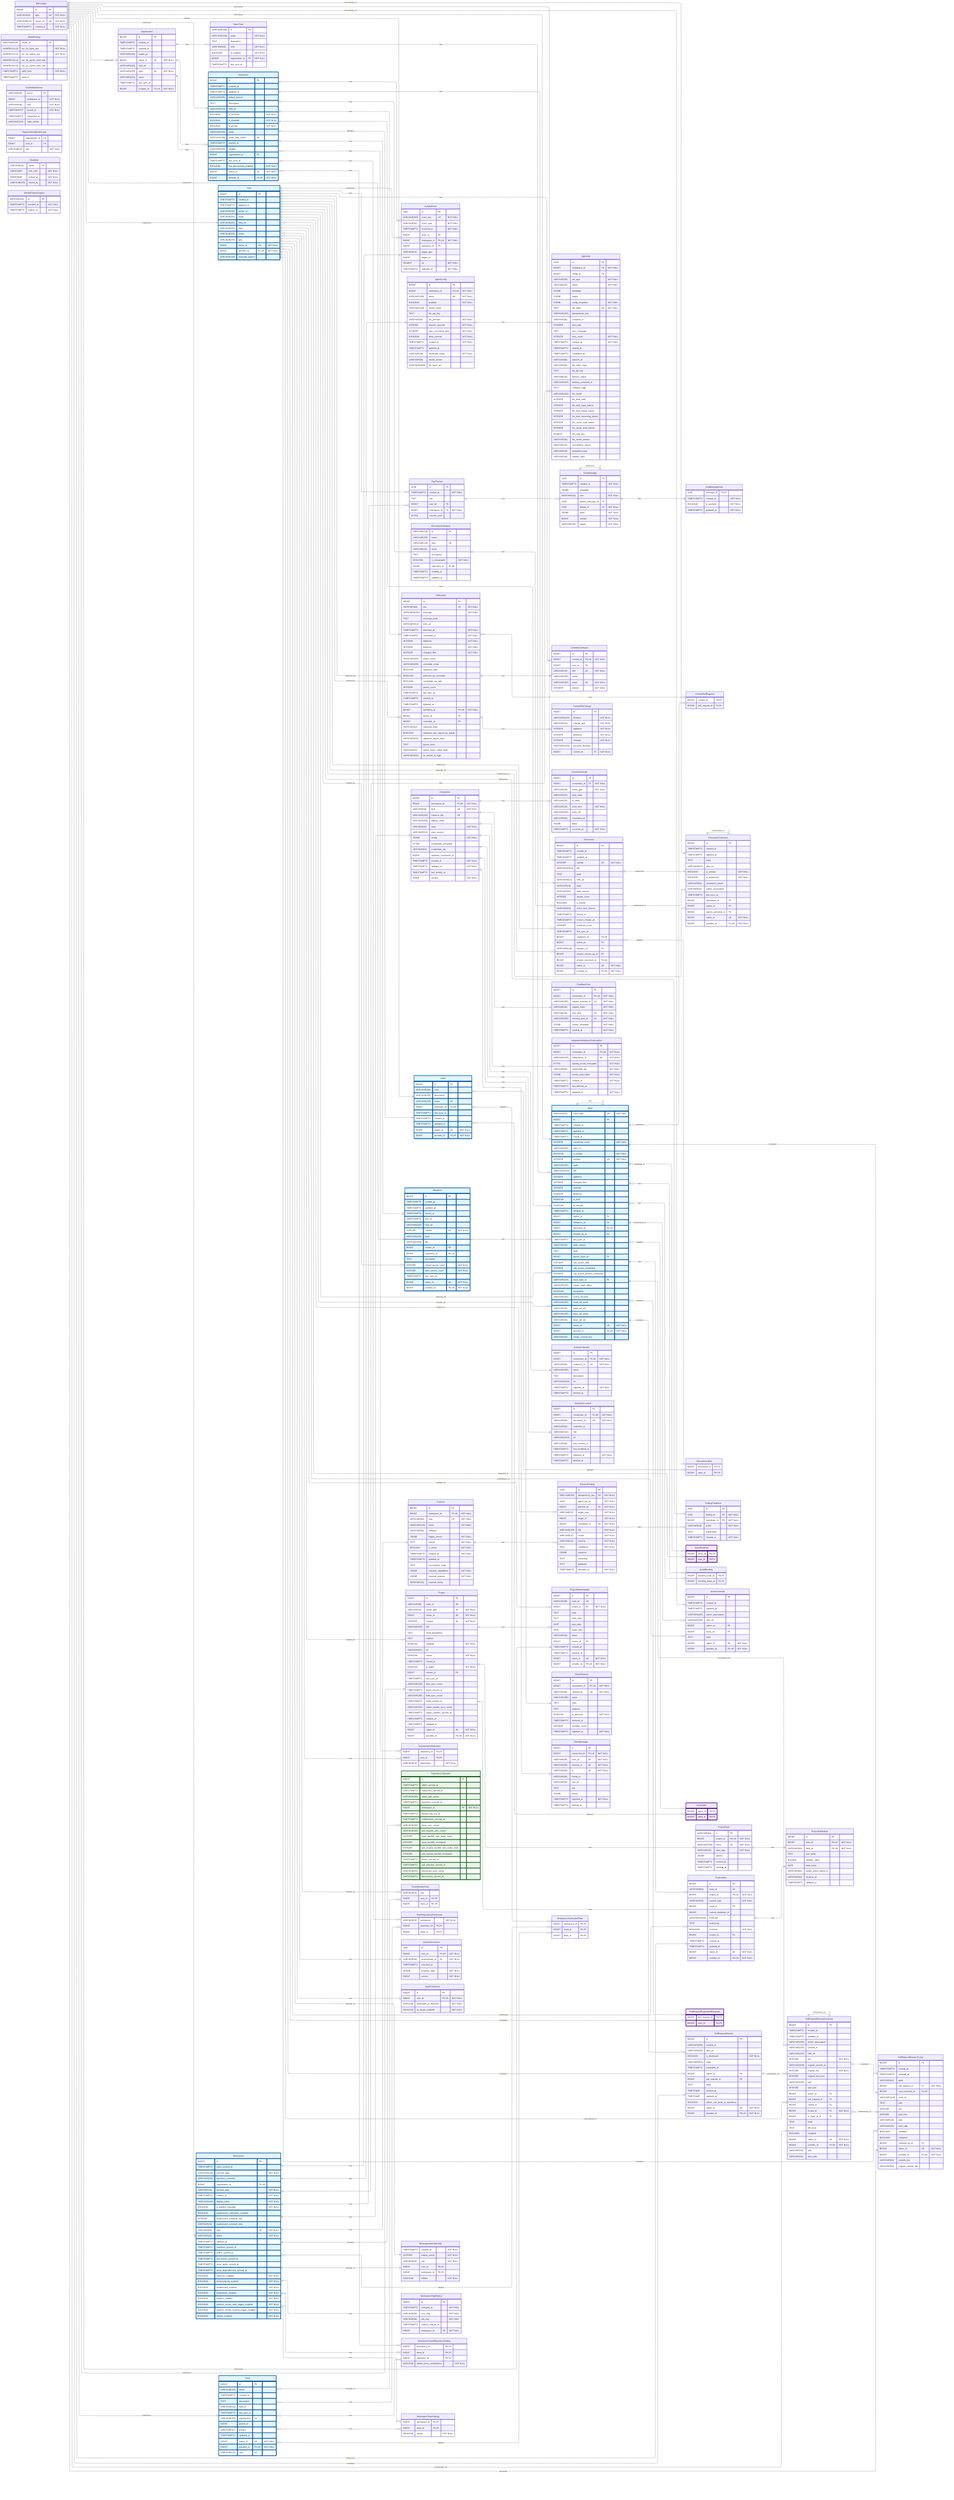
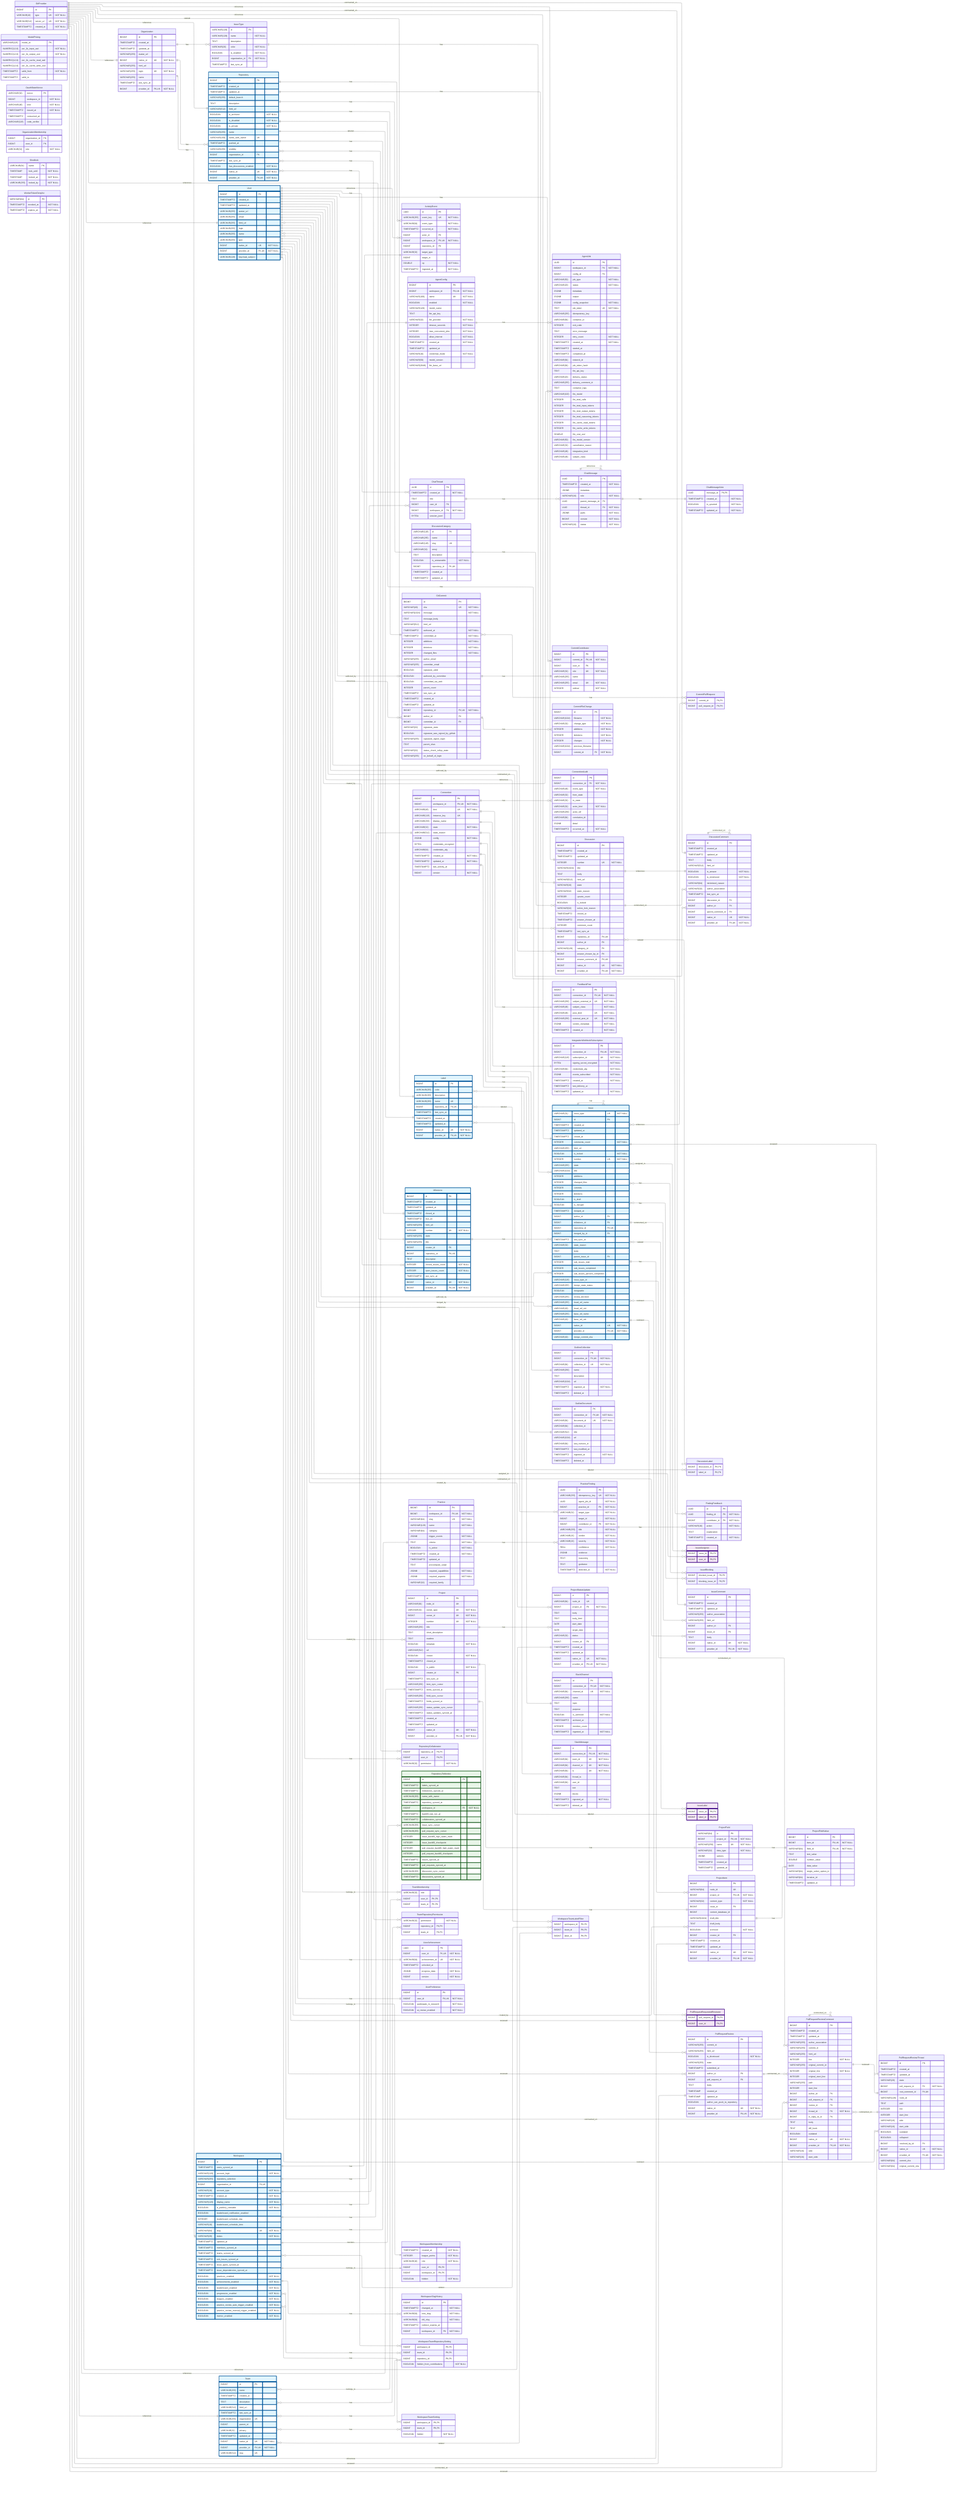
---
config:
    layout: elk
---
erDiagram
    %% Generated automatically from PostgreSQL database schema
    %% using scripts/generate-mermaid-erd.ts
    %% To regenerate: pnpm run db:generate-erd-docs

    direction LR

    ActivityEvent {
        UUID id PK
        VARCHAR(255) event_key UK "NOT NULL"
        VARCHAR(64) event_type "NOT NULL"
        TIMESTAMPTZ occurred_at "NOT NULL"
        BIGINT actor_id FK
        BIGINT workspace_id FK,UK "NOT NULL"
        BIGINT repository_id FK
        VARCHAR(32) target_type
        BIGINT target_id
        DOUBLE xp "NOT NULL"
        TIMESTAMPTZ ingested_at "NOT NULL"
    }

    AgentConfig {
        BIGINT id PK
        BIGINT workspace_id FK,UK "NOT NULL"
        VARCHAR(100) name UK "NOT NULL"
        BOOLEAN enabled "NOT NULL"
        VARCHAR(128) model_name
        TEXT llm_api_key
        VARCHAR(32) llm_provider "NOT NULL"
        INTEGER timeout_seconds "NOT NULL"
        INTEGER max_concurrent_jobs "NOT NULL"
        BOOLEAN allow_internet "NOT NULL"
        TIMESTAMPTZ created_at "NOT NULL"
        TIMESTAMPTZ updated_at
        VARCHAR(16) credential_mode "NOT NULL"
        VARCHAR(50) model_version
        VARCHAR(2048) llm_base_url
    }

    AgentJob {
        UUID id PK
        BIGINT workspace_id FK "NOT NULL"
        BIGINT config_id FK
        VARCHAR(50) job_type "NOT NULL"
        VARCHAR(20) status "NOT NULL"
        JSONB metadata
        JSONB output
        JSONB config_snapshot "NOT NULL"
        TEXT job_token UK "NOT NULL"
        VARCHAR(255) idempotency_key
        VARCHAR(64) container_id
        INTEGER exit_code
        TEXT error_message
        INTEGER retry_count "NOT NULL"
        TIMESTAMPTZ created_at "NOT NULL"
        TIMESTAMPTZ started_at
        TIMESTAMPTZ completed_at
        VARCHAR(64) network_id
        VARCHAR(64) job_token_hash
        TEXT llm_api_key
        VARCHAR(20) delivery_status
        VARCHAR(255) delivery_comment_id
        TEXT container_logs
        VARCHAR(100) llm_model
        INTEGER llm_total_calls
        INTEGER llm_total_input_tokens
        INTEGER llm_total_output_tokens
        INTEGER llm_total_reasoning_tokens
        INTEGER llm_cache_read_tokens
        INTEGER llm_cache_write_tokens
        DOUBLE llm_cost_usd
        VARCHAR(50) llm_model_version
        VARCHAR(32) cancellation_reason
        VARCHAR(48) integration_kind
        VARCHAR(48) subject_class
    }

    ChatMessage {
        UUID id PK
        TIMESTAMPTZ created_at "NOT NULL"
        JSONB metadata
        VARCHAR(16) role "NOT NULL"
        UUID parent_message_id FK
        UUID thread_id FK "NOT NULL"
        JSONB parts "NOT NULL"
        BIGINT version "NOT NULL"
        VARCHAR(16) status "NOT NULL"
    }

    ChatMessageVote {
        UUID message_id PK,FK
        TIMESTAMPTZ created_at "NOT NULL"
        BOOLEAN is_upvoted "NOT NULL"
        TIMESTAMPTZ updated_at "NOT NULL"
    }

    ChatThread {
        UUID id PK
        TIMESTAMPTZ created_at "NOT NULL"
        TEXT title
        BIGINT user_id FK
        BIGINT workspace_id FK "NOT NULL"
        BYTEA session_jsonl
    }

    CommitContributor {
        BIGINT id PK
        BIGINT commit_id FK,UK "NOT NULL"
        BIGINT user_id FK
        VARCHAR(32) role UK "NOT NULL"
        VARCHAR(255) name
        VARCHAR(255) email UK "NOT NULL"
        INTEGER ordinal "NOT NULL"
    }

    CommitFileChange {
        BIGINT id PK
        VARCHAR(1024) filename "NOT NULL"
        VARCHAR(32) change_type "NOT NULL"
        INTEGER additions "NOT NULL"
        INTEGER deletions "NOT NULL"
        INTEGER changes "NOT NULL"
        VARCHAR(1024) previous_filename
        BIGINT commit_id FK "NOT NULL"
    }

    CommitPullRequest {
        BIGINT commit_id PK,FK
        BIGINT pull_request_id PK,FK
    }

    Connection {
        BIGINT id PK
        BIGINT workspace_id FK,UK "NOT NULL"
        VARCHAR(48) kind UK "NOT NULL"
        VARCHAR(128) instance_key UK
        VARCHAR(256) display_name
        VARCHAR(32) state "NOT NULL"
        VARCHAR(512) state_reason
        JSONB config "NOT NULL"
        BYTEA credentials_encrypted
        VARCHAR(64) credentials_alg
-         BIGINT replaces_connection_id
        TIMESTAMPTZ created_at "NOT NULL"
        TIMESTAMPTZ updated_at "NOT NULL"
        TIMESTAMPTZ last_activity_at
        BIGINT version "NOT NULL"
    }

    ConnectionAudit {
        BIGINT id PK
        BIGINT connection_id FK "NOT NULL"
        VARCHAR(48) event_type "NOT NULL"
        VARCHAR(32) from_state
        VARCHAR(32) to_state
        VARCHAR(32) actor_kind "NOT NULL"
        VARCHAR(256) actor_ref
        VARCHAR(64) correlation_id
        JSONB detail
        TIMESTAMPTZ occurred_at "NOT NULL"
    }

    Discussion {
        BIGINT id PK
        TIMESTAMPTZ created_at
        TIMESTAMPTZ updated_at
        INTEGER number UK "NOT NULL"
        VARCHAR(1024) title
        TEXT body
        VARCHAR(512) html_url
        VARCHAR(16) state
        VARCHAR(32) state_reason
        INTEGER upvote_count
        BOOLEAN is_locked
        VARCHAR(32) active_lock_reason
        TIMESTAMPTZ closed_at
        TIMESTAMPTZ answer_chosen_at
        INTEGER comment_count
        TIMESTAMPTZ last_sync_at
        BIGINT repository_id FK,UK
        BIGINT author_id FK
        VARCHAR(128) category_id FK
        BIGINT answer_chosen_by_id FK
        BIGINT answer_comment_id FK,UK
        BIGINT native_id UK "NOT NULL"
        BIGINT provider_id FK,UK "NOT NULL"
    }

    DiscussionCategory {
        VARCHAR(128) id PK
        VARCHAR(255) name
        VARCHAR(128) slug UK
        VARCHAR(32) emoji
        TEXT description
        BOOLEAN is_answerable "NOT NULL"
        BIGINT repository_id FK,UK
        TIMESTAMPTZ created_at
        TIMESTAMPTZ updated_at
    }

    DiscussionComment {
        BIGINT id PK
        TIMESTAMPTZ created_at
        TIMESTAMPTZ updated_at
        TEXT body
        VARCHAR(512) html_url
        BOOLEAN is_answer "NOT NULL"
        BOOLEAN is_minimized "NOT NULL"
        VARCHAR(64) minimized_reason
        VARCHAR(32) author_association
        TIMESTAMPTZ last_sync_at
        BIGINT discussion_id FK
        BIGINT author_id FK
        BIGINT parent_comment_id FK
        BIGINT native_id UK "NOT NULL"
        BIGINT provider_id FK,UK "NOT NULL"
    }

    DiscussionLabel {
        BIGINT discussion_id PK,FK
        BIGINT label_id PK,FK
    }

    FeedbackPost {
        BIGINT id PK
        BIGINT connection_id FK,UK "NOT NULL"
        VARCHAR(256) subject_external_id UK "NOT NULL"
        VARCHAR(48) subject_class "NOT NULL"
        VARCHAR(48) post_kind UK "NOT NULL"
        VARCHAR(256) external_post_id UK "NOT NULL"
        JSONB vendor_metadata "NOT NULL"
        TIMESTAMPTZ created_at "NOT NULL"
    }

    FindingFeedback {
        UUID id PK
        UUID finding_id FK "NOT NULL"
        BIGINT contributor_id FK "NOT NULL"
        VARCHAR(16) action "NOT NULL"
        TEXT explanation
        TIMESTAMPTZ created_at "NOT NULL"
    }

    GitCommit {
        BIGINT id PK
        VARCHAR(40) sha UK "NOT NULL"
        VARCHAR(1024) message "NOT NULL"
        TEXT message_body
        VARCHAR(512) html_url
        TIMESTAMPTZ authored_at "NOT NULL"
        TIMESTAMPTZ committed_at "NOT NULL"
        INTEGER additions "NOT NULL"
        INTEGER deletions "NOT NULL"
        INTEGER changed_files "NOT NULL"
        VARCHAR(255) author_email
        VARCHAR(255) committer_email
        BOOLEAN signature_valid
        BOOLEAN authored_by_committer
        BOOLEAN committed_via_web
        INTEGER parent_count
        TIMESTAMPTZ last_sync_at
        TIMESTAMPTZ created_at
        TIMESTAMPTZ updated_at
        BIGINT repository_id FK,UK "NOT NULL"
        BIGINT author_id FK
        BIGINT committer_id FK
        VARCHAR(32) signature_state
        BOOLEAN signature_was_signed_by_github
        VARCHAR(255) signature_signer_login
        TEXT parent_shas
        VARCHAR(32) status_check_rollup_state
        VARCHAR(255) on_behalf_of_login
    }

    GitProvider {
        BIGINT id PK
        VARCHAR(10) type UK "NOT NULL"
        VARCHAR(512) server_url UK "NOT NULL"
        TIMESTAMPTZ created_at "NOT NULL"
    }

    IntegrationWebhookSubscription {
        BIGINT id PK
        BIGINT connection_id FK,UK "NOT NULL"
        VARCHAR(128) subscription_id UK "NOT NULL"
        BYTEA signing_secret_encrypted "NOT NULL"
        VARCHAR(64) credentials_alg "NOT NULL"
        JSONB events_subscribed "NOT NULL"
        TIMESTAMPTZ created_at "NOT NULL"
        TIMESTAMPTZ last_delivery_at
        TIMESTAMPTZ updated_at "NOT NULL"
    }

    Issue {
        VARCHAR(31) issue_type UK "NOT NULL"
        BIGINT id PK
        TIMESTAMPTZ created_at
        TIMESTAMPTZ updated_at
        TIMESTAMPTZ closed_at
        INTEGER comments_count "NOT NULL"
        VARCHAR(255) html_url
        BOOLEAN is_locked "NOT NULL"
        INTEGER number UK "NOT NULL"
        VARCHAR(255) state
        VARCHAR(1024) title
        INTEGER additions
        INTEGER changed_files
        INTEGER commits
        INTEGER deletions
        BOOLEAN is_draft
        BOOLEAN is_merged
        TIMESTAMPTZ merged_at
        BIGINT author_id FK
        BIGINT milestone_id FK
        BIGINT repository_id FK,UK
        BIGINT merged_by_id FK
        TIMESTAMPTZ last_sync_at
        VARCHAR(32) state_reason
        TEXT body
        BIGINT parent_issue_id FK
        INTEGER sub_issues_total
        INTEGER sub_issues_completed
        INTEGER sub_issues_percent_completed
        VARCHAR(128) issue_type_id FK
        VARCHAR(255) merge_state_status
        BOOLEAN mergeable
        VARCHAR(255) review_decision
        VARCHAR(255) head_ref_name
        VARCHAR(40) head_ref_oid
        VARCHAR(255) base_ref_name
        VARCHAR(40) base_ref_oid
        BIGINT native_id UK "NOT NULL"
        BIGINT provider_id FK,UK "NOT NULL"
        VARCHAR(40) merge_commit_sha
    }

    IssueAssignee {
        BIGINT issue_id PK,FK
        BIGINT user_id PK,FK
    }

    IssueBlocking {
        BIGINT blocked_issue_id PK,FK
        BIGINT blocking_issue_id PK,FK
    }

    IssueComment {
        BIGINT id PK
        TIMESTAMPTZ created_at
        TIMESTAMPTZ updated_at
        VARCHAR(255) author_association
        VARCHAR(255) html_url
        BIGINT author_id FK
        BIGINT issue_id FK
        TEXT body
        BIGINT native_id UK "NOT NULL"
        BIGINT provider_id FK,UK "NOT NULL"
    }

    IssueLabel {
        BIGINT issue_id PK,FK
        BIGINT label_id PK,FK
    }

    IssueType {
        VARCHAR(128) id PK
        VARCHAR(128) name "NOT NULL"
        TEXT description
        VARCHAR(20) color "NOT NULL"
        BOOLEAN is_enabled "NOT NULL"
        BIGINT organization_id FK "NOT NULL"
        TIMESTAMPTZ last_sync_at
    }

    Label {
        BIGINT id PK
        VARCHAR(255) color
        VARCHAR(255) description
        VARCHAR(255) name UK
        BIGINT repository_id FK,UK
        TIMESTAMPTZ last_sync_at
        TIMESTAMPTZ created_at
        TIMESTAMPTZ updated_at
        BIGINT native_id UK "NOT NULL"
        BIGINT provider_id FK,UK "NOT NULL"
    }

    Milestone {
        BIGINT id PK
        TIMESTAMPTZ created_at
        TIMESTAMPTZ updated_at
        TIMESTAMPTZ closed_at
        TIMESTAMPTZ due_on
        VARCHAR(255) html_url
        INTEGER number UK "NOT NULL"
        VARCHAR(255) state
        VARCHAR(255) title
        BIGINT creator_id FK
        BIGINT repository_id FK,UK
        TEXT description
        INTEGER closed_issues_count "NOT NULL"
        INTEGER open_issues_count "NOT NULL"
        TIMESTAMPTZ last_sync_at
        BIGINT native_id UK "NOT NULL"
        BIGINT provider_id FK,UK "NOT NULL"
    }

    ModelPricing {
        VARCHAR(128) model_id PK
        NUMERIC(12,6) per_1k_input_usd "NOT NULL"
        NUMERIC(12,6) per_1k_output_usd "NOT NULL"
        NUMERIC(12,6) per_1k_cache_read_usd
        NUMERIC(12,6) per_1k_cache_write_usd
        TIMESTAMPTZ valid_from "NOT NULL"
        TIMESTAMPTZ valid_to
    }

    OauthStateNonce {
        VARCHAR(32) nonce PK
        BIGINT workspace_id "NOT NULL"
        VARCHAR(48) kind "NOT NULL"
        TIMESTAMPTZ issued_at "NOT NULL"
        TIMESTAMPTZ consumed_at
        VARCHAR(128) code_verifier
    }

    Organization {
        BIGINT id PK
        TIMESTAMPTZ created_at
        TIMESTAMPTZ updated_at
        VARCHAR(255) avatar_url
        BIGINT native_id UK "NOT NULL"
        VARCHAR(255) html_url
        VARCHAR(255) login UK "NOT NULL"
        VARCHAR(255) name
        TIMESTAMPTZ last_sync_at
        BIGINT provider_id FK,UK "NOT NULL"
    }

    OrganizationMembership {
        BIGINT organization_id PK
        BIGINT user_id PK
        VARCHAR(32) role "NOT NULL"
    }

    OutlineCollection {
        BIGINT id PK
        BIGINT connection_id FK,UK "NOT NULL"
        VARCHAR(64) collection_id UK "NOT NULL"
        VARCHAR(256) name
        TEXT description
        VARCHAR(1024) url
        TIMESTAMPTZ ingested_at "NOT NULL"
        TIMESTAMPTZ deleted_at
    }

    OutlineDocument {
        BIGINT id PK
        BIGINT connection_id FK,UK "NOT NULL"
        VARCHAR(64) document_id UK "NOT NULL"
        VARCHAR(64) collection_id
        VARCHAR(512) title
        VARCHAR(1024) url
        VARCHAR(64) last_revision_id
        TIMESTAMPTZ last_modified_at
        TIMESTAMPTZ ingested_at "NOT NULL"
        TIMESTAMPTZ deleted_at
    }

    Practice {
        BIGINT id PK
        BIGINT workspace_id FK,UK "NOT NULL"
        VARCHAR(64) slug UK "NOT NULL"
        VARCHAR(128) name "NOT NULL"
        VARCHAR(64) category
        JSONB trigger_events "NOT NULL"
        TEXT criteria "NOT NULL"
        BOOLEAN is_active "NOT NULL"
        TIMESTAMPTZ created_at "NOT NULL"
        TIMESTAMPTZ updated_at
        TEXT precompute_script
        JSONB required_capabilities "NOT NULL"
        JSONB required_aspects "NOT NULL"
        VARCHAR(32) required_family
    }

    PracticeFinding {
        UUID id PK
        VARCHAR(255) idempotency_key UK "NOT NULL"
        UUID agent_job_id "NOT NULL"
        BIGINT practice_id FK "NOT NULL"
        VARCHAR(32) target_type "NOT NULL"
        BIGINT target_id "NOT NULL"
        BIGINT contributor_id FK "NOT NULL"
        VARCHAR(255) title "NOT NULL"
        VARCHAR(16) verdict "NOT NULL"
        VARCHAR(16) severity "NOT NULL"
        REAL confidence "NOT NULL"
        JSONB evidence
        TEXT reasoning
        TEXT guidance
        TIMESTAMPTZ detected_at "NOT NULL"
    }

    Project {
        BIGINT id PK
        VARCHAR(64) node_id UK
        VARCHAR(32) owner_type UK "NOT NULL"
        BIGINT owner_id UK "NOT NULL"
        INTEGER number UK "NOT NULL"
        VARCHAR(256) title
        TEXT short_description
        TEXT readme
        BOOLEAN template "NOT NULL"
        VARCHAR(512) url
        BOOLEAN closed "NOT NULL"
        TIMESTAMPTZ closed_at
        BOOLEAN is_public "NOT NULL"
        BIGINT creator_id FK
        TIMESTAMPTZ last_sync_at
        VARCHAR(256) item_sync_cursor
        TIMESTAMPTZ items_synced_at
        VARCHAR(256) field_sync_cursor
        TIMESTAMPTZ fields_synced_at
        VARCHAR(256) status_update_sync_cursor
        TIMESTAMPTZ status_updates_synced_at
        TIMESTAMPTZ created_at
        TIMESTAMPTZ updated_at
        BIGINT native_id UK "NOT NULL"
        BIGINT provider_id FK,UK "NOT NULL"
    }

    ProjectField {
        VARCHAR(64) id PK
        BIGINT project_id FK,UK "NOT NULL"
        VARCHAR(256) name UK "NOT NULL"
        VARCHAR(32) data_type "NOT NULL"
        JSONB options
        TIMESTAMPTZ created_at
        TIMESTAMPTZ updated_at
    }

    ProjectFieldValue {
        BIGINT id PK
        BIGINT item_id FK,UK "NOT NULL"
        VARCHAR(64) field_id FK,UK "NOT NULL"
        TEXT text_value
        DOUBLE number_value
        DATE date_value
        VARCHAR(64) single_select_option_id
        VARCHAR(64) iteration_id
        TIMESTAMPTZ updated_at
    }

    ProjectItem {
        BIGINT id PK
        VARCHAR(64) node_id UK
        BIGINT project_id FK,UK "NOT NULL"
        VARCHAR(32) content_type "NOT NULL"
        BIGINT issue_id FK
        BIGINT content_database_id
        VARCHAR(1024) draft_title
        TEXT draft_body
        BOOLEAN archived "NOT NULL"
        BIGINT creator_id FK
        TIMESTAMPTZ created_at
        TIMESTAMPTZ updated_at
        BIGINT native_id UK "NOT NULL"
        BIGINT provider_id FK,UK "NOT NULL"
    }

    ProjectStatusUpdate {
        BIGINT id PK
        VARCHAR(64) node_id UK
        BIGINT project_id FK "NOT NULL"
        TEXT body
        TEXT body_html
        DATE start_date
        DATE target_date
        VARCHAR(32) status
        BIGINT creator_id FK
        TIMESTAMPTZ created_at
        TIMESTAMPTZ updated_at
        BIGINT native_id UK "NOT NULL"
        BIGINT provider_id FK,UK "NOT NULL"
    }

    PullRequestRequestedReviewer {
        BIGINT pull_request_id PK,FK
        BIGINT user_id PK,FK
    }

    PullRequestReview {
        BIGINT id PK
        VARCHAR(255) commit_id
        VARCHAR(255) html_url
        BOOLEAN is_dismissed "NOT NULL"
        VARCHAR(255) state
        TIMESTAMPTZ submitted_at
        BIGINT author_id FK
        BIGINT pull_request_id FK
        TEXT body
        TIMESTAMP created_at
        TIMESTAMP updated_at
        BOOLEAN author_can_push_to_repository
        BIGINT native_id UK "NOT NULL"
        BIGINT provider_id FK,UK "NOT NULL"
    }

    PullRequestReviewComment {
        BIGINT id PK
        TIMESTAMPTZ created_at
        TIMESTAMPTZ updated_at
        VARCHAR(255) author_association
        VARCHAR(255) commit_id
        VARCHAR(255) html_url
        INTEGER line "NOT NULL"
        VARCHAR(255) original_commit_id
        INTEGER original_line "NOT NULL"
        INTEGER original_start_line
        VARCHAR(255) path
        INTEGER start_line
        BIGINT author_id FK
        BIGINT pull_request_id FK
        BIGINT review_id FK
        BIGINT thread_id FK "NOT NULL"
        BIGINT in_reply_to_id FK
        TEXT body
        TEXT diff_hunk
        BOOLEAN outdated
        BIGINT native_id UK "NOT NULL"
        BIGINT provider_id FK,UK "NOT NULL"
        VARCHAR(16) side
        VARCHAR(16) start_side
    }

    PullRequestReviewThread {
        BIGINT id PK
        TIMESTAMPTZ created_at
        TIMESTAMPTZ updated_at
        VARCHAR(20) state
        BIGINT pull_request_id FK "NOT NULL"
        BIGINT root_comment_id FK,UK
        VARCHAR(128) node_id
        TEXT path
        INTEGER line
        INTEGER start_line
        VARCHAR(16) side
        VARCHAR(16) start_side
        BOOLEAN outdated
        BOOLEAN collapsed
        BIGINT resolved_by_id FK
        BIGINT native_id UK "NOT NULL"
        BIGINT provider_id FK,UK "NOT NULL"
        VARCHAR(64) commit_sha
        VARCHAR(64) original_commit_sha
    }

    Repository {
        BIGINT id PK
        TIMESTAMPTZ created_at
        TIMESTAMPTZ updated_at
        VARCHAR(255) default_branch
        TEXT description
        VARCHAR(512) html_url
        BOOLEAN is_archived "NOT NULL"
        BOOLEAN is_disabled "NOT NULL"
        BOOLEAN is_private "NOT NULL"
        VARCHAR(255) name
        VARCHAR(150) name_with_owner UK
        TIMESTAMPTZ pushed_at
        VARCHAR(255) visibility
        BIGINT organization_id FK
        TIMESTAMPTZ last_sync_at
        BOOLEAN has_discussions_enabled "NOT NULL"
        BIGINT native_id UK "NOT NULL"
        BIGINT provider_id FK,UK "NOT NULL"
    }

    RepositoryCollaborator {
        BIGINT repository_id PK,FK
        BIGINT user_id PK,FK
        VARCHAR(32) permission "NOT NULL"
    }

    RepositoryToMonitor {
        BIGINT id PK
        TIMESTAMPTZ labels_synced_at
        TIMESTAMPTZ milestones_synced_at
        VARCHAR(255) name_with_owner
        TIMESTAMPTZ repository_synced_at
        BIGINT workspace_id FK "NOT NULL"
        TIMESTAMPTZ backfill_last_run_at
        TIMESTAMPTZ collaborators_synced_at
        VARCHAR(255) issue_sync_cursor
        VARCHAR(255) pull_request_sync_cursor
        INTEGER issue_backfill_high_water_mark
        INTEGER issue_backfill_checkpoint
        INTEGER pull_request_backfill_high_water_mark
        INTEGER pull_request_backfill_checkpoint
        TIMESTAMPTZ issues_synced_at
        TIMESTAMPTZ pull_requests_synced_at
        VARCHAR(255) discussion_sync_cursor
        TIMESTAMPTZ discussions_synced_at
    }

    Shedlock {
        VARCHAR(64) name PK
        TIMESTAMP lock_until "NOT NULL"
        TIMESTAMP locked_at "NOT NULL"
        VARCHAR(255) locked_by "NOT NULL"
    }

    SlackChannel {
        BIGINT id PK
        BIGINT connection_id FK,UK "NOT NULL"
        VARCHAR(64) channel_id UK "NOT NULL"
        VARCHAR(256) name
        TEXT topic
        TEXT purpose
        BOOLEAN is_archived "NOT NULL"
        TIMESTAMPTZ archived_at
        INTEGER member_count
        TIMESTAMPTZ ingested_at "NOT NULL"
    }

    SlackMessage {
        BIGINT id PK
        BIGINT connection_id FK,UK "NOT NULL"
        VARCHAR(64) team_id UK "NOT NULL"
        VARCHAR(64) channel_id UK "NOT NULL"
        VARCHAR(64) ts UK "NOT NULL"
        VARCHAR(64) thread_ts
        VARCHAR(64) user_id
        TEXT text
        JSONB blocks
        TIMESTAMPTZ ingested_at "NOT NULL"
        TIMESTAMPTZ deleted_at
    }

    Team {
        BIGINT id PK
        VARCHAR(255) name
        TIMESTAMPTZ created_at
        TEXT description
        VARCHAR(512) html_url
        TIMESTAMPTZ last_sync_at
        VARCHAR(255) organization UK
        BIGINT parent_id
        VARCHAR(32) privacy
        TIMESTAMPTZ updated_at
        BIGINT native_id UK "NOT NULL"
        BIGINT provider_id FK,UK "NOT NULL"
        VARCHAR(512) slug UK
    }

    TeamMembership {
        VARCHAR(32) role
        BIGINT user_id PK,FK
        BIGINT team_id PK,FK
    }

    TeamRepositoryPermission {
        VARCHAR(32) permission "NOT NULL"
        BIGINT repository_id PK,FK
        BIGINT team_id PK,FK
    }

    User {
        BIGINT id PK
        TIMESTAMPTZ created_at
        TIMESTAMPTZ updated_at
        VARCHAR(255) avatar_url
        VARCHAR(255) email
        VARCHAR(255) html_url
        VARCHAR(255) login
        VARCHAR(255) name
        VARCHAR(255) type
        BIGINT native_id UK "NOT NULL"
        BIGINT provider_id FK,UK "NOT NULL"
        VARCHAR(128) keycloak_subject
    }

    UserAchievement {
        UUID id PK
        BIGINT user_id FK,UK "NOT NULL"
        VARCHAR(64) achievement_id UK "NOT NULL"
        TIMESTAMPTZ unlocked_at
        JSONB progress_data "NOT NULL"
        BIGINT version "NOT NULL"
    }

    UserPreference {
        BIGINT id PK
        BIGINT user_id FK,UK "NOT NULL"
        BOOLEAN participate_in_research "NOT NULL"
        BOOLEAN ai_review_enabled "NOT NULL"
    }

    WorkerTokenDenylist {
        VARCHAR(64) jti PK
        TIMESTAMPTZ revoked_at "NOT NULL"
        TIMESTAMPTZ expires_at "NOT NULL"
    }

    Workspace {
        BIGINT id PK
        TIMESTAMPTZ users_synced_at
        VARCHAR(120) account_login "NOT NULL"
        VARCHAR(255) repository_selection
        BIGINT organization_id FK,UK
        VARCHAR(10) account_type "NOT NULL"
        TIMESTAMPTZ created_at "NOT NULL"
        VARCHAR(120) display_name "NOT NULL"
        BOOLEAN is_publicly_viewable "NOT NULL"
        BOOLEAN leaderboard_notification_enabled
        INTEGER leaderboard_schedule_day
        VARCHAR(10) leaderboard_schedule_time
        VARCHAR(64) slug UK "NOT NULL"
        VARCHAR(20) status "NOT NULL"
        TIMESTAMPTZ updated_at
        TIMESTAMPTZ members_synced_at
        TIMESTAMPTZ teams_synced_at
        TIMESTAMPTZ sub_issues_synced_at
        TIMESTAMPTZ issue_types_synced_at
        TIMESTAMPTZ issue_dependencies_synced_at
        BOOLEAN practices_enabled "NOT NULL"
        BOOLEAN achievements_enabled "NOT NULL"
        BOOLEAN leaderboard_enabled "NOT NULL"
        BOOLEAN progression_enabled "NOT NULL"
        BOOLEAN leagues_enabled "NOT NULL"
        BOOLEAN practice_review_auto_trigger_enabled "NOT NULL"
        BOOLEAN practice_review_manual_trigger_enabled "NOT NULL"
        BOOLEAN mentor_enabled "NOT NULL"
    }

    WorkspaceMembership {
        TIMESTAMPTZ created_at "NOT NULL"
        INTEGER league_points "NOT NULL"
        VARCHAR(16) role "NOT NULL"
        BIGINT user_id PK,FK
        BIGINT workspace_id PK,FK
        BOOLEAN hidden "NOT NULL"
    }

    WorkspaceSlugHistory {
        BIGINT id PK
        TIMESTAMPTZ changed_at "NOT NULL"
        VARCHAR(64) new_slug "NOT NULL"
        VARCHAR(64) old_slug "NOT NULL"
        TIMESTAMPTZ redirect_expires_at
        BIGINT workspace_id FK "NOT NULL"
    }

    WorkspaceTeamLabelFilter {
        BIGINT workspace_id PK,FK
        BIGINT team_id PK,FK
        BIGINT label_id PK,FK
    }

    WorkspaceTeamRepositorySetting {
        BIGINT workspace_id PK,FK
        BIGINT team_id PK,FK
        BIGINT repository_id PK,FK
        BOOLEAN hidden_from_contributions "NOT NULL"
    }

    WorkspaceTeamSetting {
        BIGINT workspace_id PK,FK
        BIGINT team_id PK,FK
        BOOLEAN hidden "NOT NULL"
    }

    %% Relationships
    %% One-to-One relationships
    Workspace ||--|| ActivityEvent : has
    Workspace ||--|| AgentConfig : has
    ChatMessage ||--|| ChatMessageVote : has
    GitCommit ||--|| CommitContributor : has
    Workspace ||--|| Connection : has
    DiscussionComment ||--|| Discussion : references
    GitProvider ||--|| Discussion : references
    Repository ||--|| Discussion : has
    Repository ||--|| DiscussionCategory : has
    GitProvider ||--|| DiscussionComment : commented_on
    Connection ||--|| FeedbackPost : has
    Repository ||--|| GitCommit : has
    Connection ||--|| IntegrationWebhookSubscription : has
    GitProvider ||--|| Issue : references
    Repository ||--|| Issue : has
    GitProvider ||--|| IssueComment : commented_on
    GitProvider ||--|| Label : labeled
    Repository ||--|| Label : labeled
    GitProvider ||--|| Milestone : references
    Repository ||--|| Milestone : has
    GitProvider ||--|| Organization : references
    Connection ||--|| OutlineCollection : has
    Connection ||--|| OutlineDocument : has
    Workspace ||--|| Practice : has
    GitProvider ||--|| Project : references
    Project ||--|| ProjectField : has
    ProjectField ||--|| ProjectFieldValue : has
    ProjectItem ||--|| ProjectFieldValue : has
    Project ||--|| ProjectItem : has
    GitProvider ||--|| ProjectItem : references
    GitProvider ||--|| ProjectStatusUpdate : references
    GitProvider ||--|| PullRequestReview : reviewed
    GitProvider ||--|| PullRequestReviewComment : commented_on
    GitProvider ||--|| PullRequestReviewThread : reviewed
    PullRequestReviewComment ||--|| PullRequestReviewThread : reviewed
    GitProvider ||--|| Repository : references
    Connection ||--|| SlackChannel : has
    Connection ||--|| SlackMessage : has
    GitProvider ||--|| Team : references
    GitProvider ||--|| User : references
    User ||--|| UserAchievement : has
    User ||--|| UserPreference : has
    Organization ||--|| Workspace : has
    User ||--|| WorkspaceMembership : belongs_to
    Workspace ||--|| WorkspaceMembership : belongs_to

    %% One-to-Many relationships
    User ||--o{ ActivityEvent : references
    Repository ||--o{ ActivityEvent : has
    AgentConfig ||--o{ AgentJob : has
    Workspace ||--o{ AgentJob : has
    ChatMessage ||--o{ ChatMessage : references
    ChatThread ||--o{ ChatMessage : has
    User ||--o{ ChatThread : has
    Workspace ||--o{ ChatThread : has
    User ||--o{ CommitContributor : has
    GitCommit ||--o{ CommitFileChange : has
    Connection ||--o{ ConnectionAudit : has
    User ||--o{ Discussion : references
    User ||--o{ Discussion : authored_by
    DiscussionCategory ||--o{ Discussion : has
    User ||--o{ DiscussionComment : commented_on
    Discussion ||--o{ DiscussionComment : commented_on
    DiscussionComment ||--o{ DiscussionComment : commented_on
    User ||--o{ FindingFeedback : references
    PracticeFinding ||--o{ FindingFeedback : has
    User ||--o{ GitCommit : authored_by
    User ||--o{ GitCommit : references
    User ||--o{ Issue : authored_by
    IssueType ||--o{ Issue : has
    User ||--o{ Issue : merged_by
    Milestone ||--o{ Issue : has
    Issue ||--o{ Issue : has
    User ||--o{ IssueComment : commented_on
    Issue ||--o{ IssueComment : commented_on
    Organization ||--o{ IssueType : has
    User ||--o{ Milestone : created_by
    User ||--o{ PracticeFinding : references
    Practice ||--o{ PracticeFinding : has
    User ||--o{ Project : created_by
    User ||--o{ ProjectItem : created_by
    Issue ||--o{ ProjectItem : has
    User ||--o{ ProjectStatusUpdate : created_by
    Project ||--o{ ProjectStatusUpdate : has
    User ||--o{ PullRequestReview : reviewed
    Issue ||--o{ PullRequestReview : reviewed
    User ||--o{ PullRequestReviewComment : commented_on
    PullRequestReviewComment ||--o{ PullRequestReviewComment : commented_on
    Issue ||--o{ PullRequestReviewComment : commented_on
    PullRequestReview ||--o{ PullRequestReviewComment : commented_on
    PullRequestReviewThread ||--o{ PullRequestReviewComment : commented_on
    Issue ||--o{ PullRequestReviewThread : reviewed
    User ||--o{ PullRequestReviewThread : reviewed
    Organization ||--o{ Repository : has
    Workspace ||--o{ RepositoryToMonitor : monitors
    Workspace ||--o{ WorkspaceSlugHistory : has

    %% Many-to-Many relationships
    GitCommit }o--o{ CommitPullRequest : has
    Issue }o--o{ CommitPullRequest : references
    Discussion }o--o{ DiscussionLabel : labeled
    Label }o--o{ DiscussionLabel : labeled
    Issue }o--o{ IssueAssignee : assigned_to
    User }o--o{ IssueAssignee : assigned_to
    Issue }o--o{ IssueBlocking : has
    Issue }o--o{ IssueBlocking : has
    Issue }o--o{ IssueLabel : labeled
    Label }o--o{ IssueLabel : labeled
    Issue }o--o{ PullRequestRequestedReviewer : reviewed
    User }o--o{ PullRequestRequestedReviewer : reviewed
    Repository }o--o{ RepositoryCollaborator : has
    User }o--o{ RepositoryCollaborator : has
    Team }o--o{ TeamMembership : belongs_to
    User }o--o{ TeamMembership : belongs_to
    Repository }o--o{ TeamRepositoryPermission : has
    Team }o--o{ TeamRepositoryPermission : has
    Label }o--o{ WorkspaceTeamLabelFilter : labeled
    Team }o--o{ WorkspaceTeamLabelFilter : labeled
    Workspace }o--o{ WorkspaceTeamLabelFilter : labeled
    Repository }o--o{ WorkspaceTeamRepositorySetting : has
    Team }o--o{ WorkspaceTeamRepositorySetting : has
    Workspace }o--o{ WorkspaceTeamRepositorySetting : has
    Team }o--o{ WorkspaceTeamSetting : has
    Workspace }o--o{ WorkspaceTeamSetting : has

    %% Styling
    classDef primaryEntity fill:#e1f5fe,stroke:#01579b,stroke-width:2px
    classDef associationEntity fill:#f3e5f5,stroke:#4a148c,stroke-width:2px
    classDef metadataEntity fill:#e8f5e8,stroke:#1b5e20,stroke-width:2px

    class Issue primaryEntity
    class IssueAssignee associationEntity
    class IssueLabel associationEntity
    class Label primaryEntity
    class Milestone primaryEntity
    class PullRequestRequestedReviewer associationEntity
    class Repository primaryEntity
    class RepositoryToMonitor metadataEntity
    class Team primaryEntity
    class User primaryEntity
    class Workspace primaryEntity
